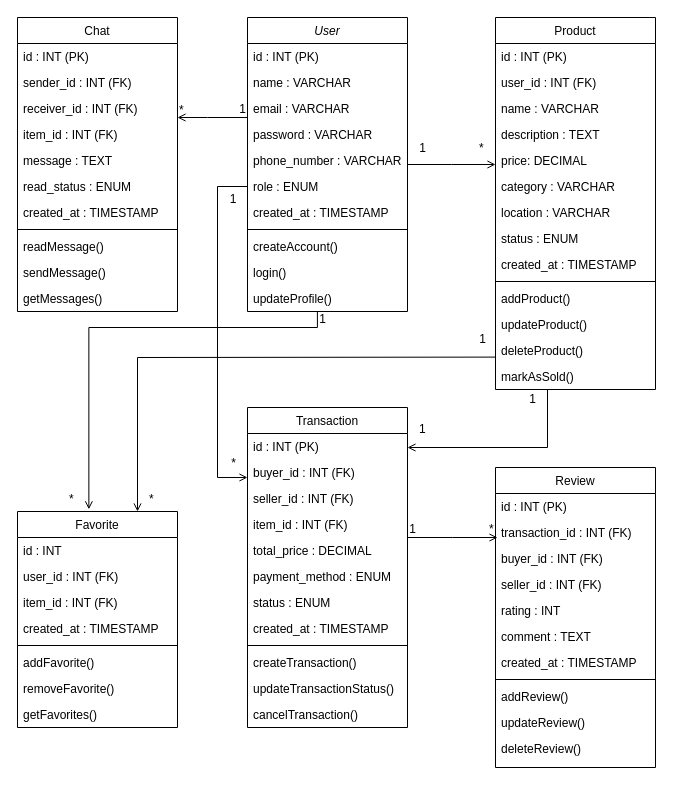
Above: Untitled Diagram.drawio in Al1en131/Note-App (draw.io), before the change. Source tidied: cells renumbered, new cells numbered last; positions are measured from the earlier drawing's top-left corner, leaving out a move shared by most shapes. Both pictures are drawn from the tidied source at 100%, with x=0, y=0 at pixel (17, 17).
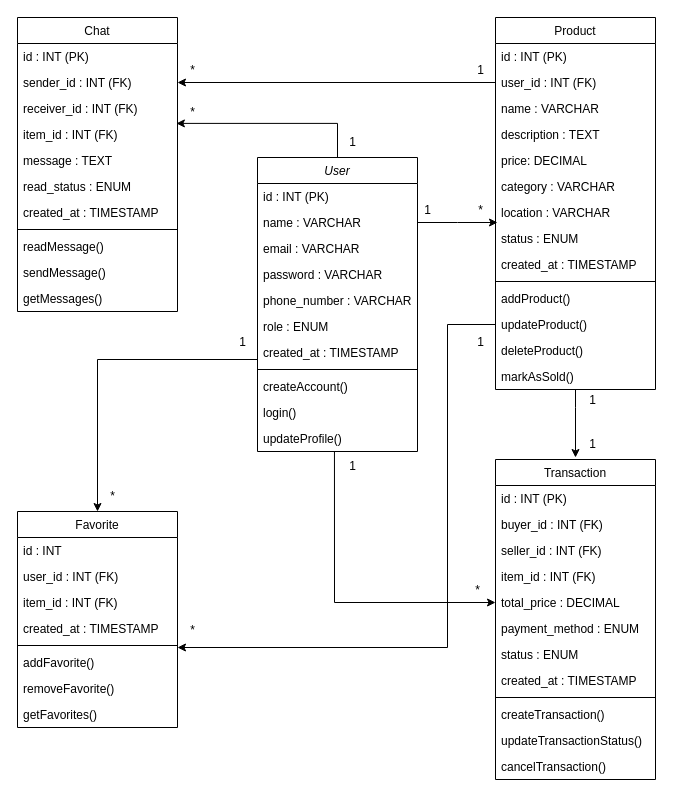
Above is the later version.

The change refers to these unchanged cells:
```xml
<mxCell id="4" value="name : VARCHAR" style="text;align=left;verticalAlign=top;spacingLeft=4;spacingRight=4;overflow=hidden;points=[[0,0.5],[1,0.5]];portConstraint=eastwest;rounded=0;shadow=0;html=0;" parent="2" vertex="1">
  <mxGeometry y="52" width="160" height="26" as="geometry" />
</mxCell>
<mxCell id="8" value="role : ENUM" style="text;align=left;verticalAlign=top;spacingLeft=4;spacingRight=4;overflow=hidden;points=[[0,0.5],[1,0.5]];portConstraint=eastwest;rounded=0;shadow=0;html=0;" parent="2" vertex="1">
  <mxGeometry y="156" width="160" height="26" as="geometry" />
</mxCell>
<mxCell id="13" value="updateProfile()" style="text;align=left;verticalAlign=top;spacingLeft=4;spacingRight=4;overflow=hidden;points=[[0,0.5],[1,0.5]];portConstraint=eastwest;" parent="2" vertex="1">
  <mxGeometry y="268" width="160" height="26" as="geometry" />
</mxCell>
<mxCell id="14" value="Favorite" style="swimlane;fontStyle=0;align=center;verticalAlign=top;horizontal=1;startSize=26;rounded=0;shadow=0;strokeWidth=1;" parent="1" vertex="1">
  <mxGeometry y="494" width="160" height="216" as="geometry" />
</mxCell>
<mxCell id="25" value="sender_id : INT (FK)" style="text;align=left;verticalAlign=top;spacingLeft=4;spacingRight=4;overflow=hidden;points=[[0,0.5],[1,0.5]];portConstraint=eastwest;" parent="23" vertex="1">
  <mxGeometry y="52" width="160" height="26" as="geometry" />
</mxCell>
<mxCell id="26" value="receiver_id : INT (FK)" style="text;align=left;verticalAlign=top;spacingLeft=4;spacingRight=4;overflow=hidden;points=[[0,0.5],[1,0.5]];portConstraint=eastwest;" parent="23" vertex="1">
  <mxGeometry y="78" width="160" height="26" as="geometry" />
</mxCell>
<mxCell id="35" value="Product" style="swimlane;fontStyle=0;align=center;verticalAlign=top;horizontal=1;startSize=26;rounded=0;shadow=0;strokeWidth=1;" parent="1" vertex="1">
  <mxGeometry x="478" width="160" height="372" as="geometry" />
</mxCell>
<mxCell id="37" value="user_id : INT (FK)" style="text;align=left;verticalAlign=top;spacingLeft=4;spacingRight=4;overflow=hidden;points=[[0,0.5],[1,0.5]];portConstraint=eastwest;rounded=0;shadow=0;html=0;" parent="35" vertex="1">
  <mxGeometry y="52" width="160" height="26" as="geometry" />
</mxCell>
<mxCell id="47" value="updateProduct()" style="text;align=left;verticalAlign=top;spacingLeft=4;spacingRight=4;overflow=hidden;points=[[0,0.5],[1,0.5]];portConstraint=eastwest;" parent="35" vertex="1">
  <mxGeometry y="294" width="160" height="26" as="geometry" />
</mxCell>
<mxCell id="48" value="deleteProduct()" style="text;align=left;verticalAlign=top;spacingLeft=4;spacingRight=4;overflow=hidden;points=[[0,0.5],[1,0.5]];portConstraint=eastwest;rounded=0;shadow=0;html=0;" parent="35" vertex="1">
  <mxGeometry y="320" width="160" height="26" as="geometry" />
</mxCell>
<mxCell id="49" value="markAsSold()" style="text;align=left;verticalAlign=top;spacingLeft=4;spacingRight=4;overflow=hidden;points=[[0,0.5],[1,0.5]];portConstraint=eastwest;rounded=0;shadow=0;html=0;" parent="35" vertex="1">
  <mxGeometry y="346" width="160" height="26" as="geometry" />
</mxCell>
<mxCell id="55" value="buyer_id : INT (FK)" style="text;align=left;verticalAlign=top;spacingLeft=4;spacingRight=4;overflow=hidden;points=[[0,0.5],[1,0.5]];portConstraint=eastwest;rounded=0;shadow=0;html=0;" parent="53" vertex="1">
  <mxGeometry y="52" width="160" height="26" as="geometry" />
</mxCell>
<mxCell id="58" value="total_price : DECIMAL" style="text;align=left;verticalAlign=top;spacingLeft=4;spacingRight=4;overflow=hidden;points=[[0,0.5],[1,0.5]];portConstraint=eastwest;rounded=0;shadow=0;html=0;" parent="53" vertex="1">
  <mxGeometry y="130" width="160" height="26" as="geometry" />
</mxCell>
```

Diff of the diagram source:
```diff
@@
     <mxCell id="2" value="User" style="swimlane;fontStyle=2;align=center;verticalAlign=top;horizontal=1;startSize=26;rounded=0;shadow=0;strokeWidth=1;" parent="1" vertex="1">
-      <mxGeometry x="230" width="160" height="294" as="geometry" />
+      <mxGeometry x="240" y="140" width="160" height="294" as="geometry" />
     </mxCell>
@@
+    <mxCell id="96" style="edgeStyle=orthogonalEdgeStyle;rounded=0;jettySize=auto;html=1;exitX=0.5;exitY=1;exitDx=0;exitDy=0;" parent="1" edge="1" source="35">
+      <mxGeometry relative="1" as="geometry">
+        <mxPoint x="558" y="371.8" as="targetPoint" />
+      </mxGeometry>
+    </mxCell>
@@
+    <mxCell id="97" style="edgeStyle=orthogonalEdgeStyle;rounded=0;jettySize=auto;html=1;" parent="35" edge="1" source="49">
+      <mxGeometry relative="1" as="geometry">
+        <mxPoint x="80" y="440" as="targetPoint" />
+        <Array as="points">
+          <mxPoint x="80" y="390" />
+          <mxPoint x="80" y="390" />
+        </Array>
+      </mxGeometry>
+    </mxCell>
@@
-    <mxCell id="50" style="endArrow=open;shadow=0;strokeWidth=1;rounded=0;curved=0;endFill=1;edgeStyle=elbowEdgeStyle;elbow=vertical;" parent="1" edge="1" source="2" target="35">
-      <mxGeometry x="0.5" y="41" relative="1" as="geometry">
-        <mxPoint x="-40" y="32" as="offset" />
-      </mxGeometry>
-    </mxCell>
-    <mxCell id="51" value="*" style="align=left;verticalAlign=bottom;labelBackgroundColor=none;fontSize=12;" parent="50" vertex="1">
-      <mxGeometry x="-1" relative="1" as="geometry">
-        <mxPoint x="70" y="-8" as="offset" />
-      </mxGeometry>
-    </mxCell>
-    <mxCell id="52" value="1" style="align=right;verticalAlign=bottom;labelBackgroundColor=none;fontSize=12;" parent="50" vertex="1">
-      <mxGeometry x="1" relative="1" as="geometry">
-        <mxPoint x="-68" y="-8" as="offset" />
-      </mxGeometry>
-    </mxCell>
     <mxCell id="53" value="Transaction" style="swimlane;fontStyle=0;align=center;verticalAlign=top;horizontal=1;startSize=26;rounded=0;shadow=0;strokeWidth=1;" parent="1" vertex="1">
-      <mxGeometry x="230" y="390" width="160" height="320" as="geometry" />
+      <mxGeometry x="478" y="442" width="160" height="320" as="geometry" />
     </mxCell>
@@
-    <mxCell id="66" value="Review" style="swimlane;fontStyle=0;align=center;verticalAlign=top;horizontal=1;startSize=26;rounded=0;shadow=0;strokeWidth=1;" parent="1" vertex="1">
-      <mxGeometry x="478" y="450" width="160" height="300" as="geometry" />
-    </mxCell>
-    <mxCell id="67" value="id : INT (PK)" style="text;align=left;verticalAlign=top;spacingLeft=4;spacingRight=4;overflow=hidden;" parent="66" vertex="1">
-      <mxGeometry y="26" width="160" height="26" as="geometry" />
-    </mxCell>
-    <mxCell id="68" value="transaction_id : INT (FK)" style="text;align=left;verticalAlign=top;spacingLeft=4;spacingRight=4;overflow=hidden;rounded=0;shadow=0;html=0;" parent="66" vertex="1">
-      <mxGeometry y="52" width="160" height="26" as="geometry" />
-    </mxCell>
-    <mxCell id="69" value="buyer_id : INT (FK)" style="text;align=left;verticalAlign=top;spacingLeft=4;spacingRight=4;overflow=hidden;rounded=0;shadow=0;html=0;" parent="66" vertex="1">
-      <mxGeometry y="78" width="160" height="26" as="geometry" />
-    </mxCell>
-    <mxCell id="70" value="seller_id : INT (FK)" style="text;align=left;verticalAlign=top;spacingLeft=4;spacingRight=4;overflow=hidden;rounded=0;shadow=0;html=0;" parent="66" vertex="1">
-      <mxGeometry y="104" width="160" height="26" as="geometry" />
-    </mxCell>
-    <mxCell id="71" value="rating : INT" style="text;align=left;verticalAlign=top;spacingLeft=4;spacingRight=4;overflow=hidden;rounded=0;shadow=0;html=0;" parent="66" vertex="1">
-      <mxGeometry y="130" width="160" height="26" as="geometry" />
-    </mxCell>
-    <mxCell id="72" value="comment : TEXT" style="text;align=left;verticalAlign=top;spacingLeft=4;spacingRight=4;overflow=hidden;rounded=0;shadow=0;html=0;" parent="66" vertex="1">
-      <mxGeometry y="156" width="160" height="26" as="geometry" />
-    </mxCell>
-    <mxCell id="73" value="created_at : TIMESTAMP" style="text;align=left;verticalAlign=top;spacingLeft=4;spacingRight=4;overflow=hidden;rounded=0;shadow=0;html=0;" parent="66" vertex="1">
-      <mxGeometry y="182" width="160" height="26" as="geometry" />
-    </mxCell>
-    <mxCell id="74" style="line;html=1;strokeWidth=1;align=left;verticalAlign=middle;spacingTop=-1;spacingLeft=3;spacingRight=3;labelPosition=right;" parent="66" vertex="1">
-      <mxGeometry y="208" width="160" height="8" as="geometry" />
-    </mxCell>
-    <mxCell id="75" value="addReview()" style="text;align=left;verticalAlign=top;spacingLeft=4;spacingRight=4;overflow=hidden;" parent="66" vertex="1">
-      <mxGeometry y="216" width="160" height="26" as="geometry" />
-    </mxCell>
-    <mxCell id="76" value="updateReview()" style="text;align=left;verticalAlign=top;spacingLeft=4;spacingRight=4;overflow=hidden;" parent="66" vertex="1">
-      <mxGeometry y="242" width="160" height="26" as="geometry" />
-    </mxCell>
-    <mxCell id="77" value="deleteReview()" style="text;align=left;verticalAlign=top;spacingLeft=4;spacingRight=4;overflow=hidden;rounded=0;shadow=0;html=0;" parent="66" vertex="1">
-      <mxGeometry y="268" width="160" height="26" as="geometry" />
-    </mxCell>
-    <mxCell id="78" style="endArrow=open;shadow=0;strokeWidth=1;rounded=0;curved=0;endFill=1;edgeStyle=elbowEdgeStyle;elbow=vertical;exitX=0;exitY=0.5;exitDx=0;exitDy=0;entryX=0;entryY=0.692;entryDx=0;entryDy=0;entryPerimeter=0;" parent="1" edge="1" source="8" target="55">
-      <mxGeometry x="0.5" y="41" relative="1" as="geometry">
-        <Array as="points">
-          <mxPoint x="200" y="460" />
-        </Array>
-        <mxPoint x="-40" y="32" as="offset" />
-      </mxGeometry>
-    </mxCell>
-    <mxCell id="79" value="*" style="align=left;verticalAlign=bottom;labelBackgroundColor=none;fontSize=12;" parent="78" vertex="1">
-      <mxGeometry x="-1" relative="1" as="geometry">
-        <mxPoint x="-180" y="321" as="offset" />
-      </mxGeometry>
-    </mxCell>
-    <mxCell id="80" value="1" style="align=right;verticalAlign=bottom;labelBackgroundColor=none;fontSize=12;" parent="78" vertex="1">
-      <mxGeometry x="1" relative="1" as="geometry">
-        <mxPoint x="80" y="-150" as="offset" />
-      </mxGeometry>
-    </mxCell>
-    <mxCell id="81" style="endArrow=open;shadow=0;strokeWidth=1;rounded=0;curved=0;endFill=1;edgeStyle=elbowEdgeStyle;elbow=vertical;exitX=0;exitY=0.5;exitDx=0;exitDy=0;" parent="1" edge="1">
-      <mxGeometry x="0.5" y="41" relative="1" as="geometry">
-        <mxPoint x="530" y="372" as="sourcePoint" />
-        <mxPoint x="390" y="430" as="targetPoint" />
-        <Array as="points">
-          <mxPoint x="530" y="430" />
-        </Array>
-        <mxPoint x="-40" y="32" as="offset" />
-      </mxGeometry>
-    </mxCell>
-    <mxCell id="82" value="1" style="align=left;verticalAlign=bottom;labelBackgroundColor=none;fontSize=12;" parent="81" vertex="1">
-      <mxGeometry x="-1" relative="1" as="geometry">
-        <mxPoint x="-130" y="48" as="offset" />
-      </mxGeometry>
-    </mxCell>
-    <mxCell id="83" value="1" style="align=right;verticalAlign=bottom;labelBackgroundColor=none;fontSize=12;" parent="81" vertex="1">
-      <mxGeometry x="1" relative="1" as="geometry">
-        <mxPoint x="130" y="-40" as="offset" />
-      </mxGeometry>
-    </mxCell>
-    <mxCell id="84" style="endArrow=open;shadow=0;strokeWidth=1;rounded=0;curved=0;endFill=1;edgeStyle=elbowEdgeStyle;elbow=vertical;exitX=1;exitY=0.5;exitDx=0;exitDy=0;" parent="1" edge="1">
-      <mxGeometry x="0.5" y="41" relative="1" as="geometry">
-        <mxPoint x="390" y="520" as="sourcePoint" />
-        <mxPoint x="480" y="520" as="targetPoint" />
-        <mxPoint x="-40" y="32" as="offset" />
-      </mxGeometry>
-    </mxCell>
-    <mxCell id="85" value="*" style="align=left;verticalAlign=bottom;labelBackgroundColor=none;fontSize=12;" parent="84" vertex="1">
-      <mxGeometry x="-1" relative="1" as="geometry">
-        <mxPoint x="80" as="offset" />
-      </mxGeometry>
-    </mxCell>
-    <mxCell id="86" value="1" style="align=right;verticalAlign=bottom;labelBackgroundColor=none;fontSize=12;" parent="84" vertex="1">
-      <mxGeometry x="1" relative="1" as="geometry">
-        <mxPoint x="-80" as="offset" />
-      </mxGeometry>
-    </mxCell>
-    <mxCell id="87" style="endArrow=open;shadow=0;strokeWidth=1;rounded=0;curved=0;endFill=1;edgeStyle=elbowEdgeStyle;elbow=vertical;" parent="1" edge="1">
-      <mxGeometry x="0.5" y="41" relative="1" as="geometry">
-        <mxPoint x="230" y="100" as="sourcePoint" />
-        <mxPoint x="160" y="100" as="targetPoint" />
-        <Array as="points">
-          <mxPoint x="190" y="100" />
-        </Array>
-        <mxPoint x="-40" y="32" as="offset" />
-      </mxGeometry>
-    </mxCell>
-    <mxCell id="88" value="*" style="align=left;verticalAlign=bottom;labelBackgroundColor=none;fontSize=12;" parent="87" vertex="1">
-      <mxGeometry x="-1" relative="1" as="geometry">
-        <mxPoint x="-70" y="1" as="offset" />
-      </mxGeometry>
-    </mxCell>
-    <mxCell id="89" value="1" style="align=right;verticalAlign=bottom;labelBackgroundColor=none;fontSize=12;" parent="87" vertex="1">
-      <mxGeometry x="1" relative="1" as="geometry">
-        <mxPoint x="70" as="offset" />
-      </mxGeometry>
-    </mxCell>
-    <mxCell id="90" style="endArrow=open;shadow=0;strokeWidth=1;rounded=0;curved=0;endFill=1;edgeStyle=elbowEdgeStyle;elbow=vertical;entryX=0.446;entryY=-0.01;entryDx=0;entryDy=0;entryPerimeter=0;exitX=0.437;exitY=0.984;exitDx=0;exitDy=0;exitPerimeter=0;" parent="1" edge="1" source="13" target="14">
-      <mxGeometry x="0.5" y="41" relative="1" as="geometry">
-        <Array as="points">
-          <mxPoint x="150" y="310" />
-          <mxPoint x="140" y="180" />
-        </Array>
-        <mxPoint x="-40" y="32" as="offset" />
-      </mxGeometry>
-    </mxCell>
-    <mxCell id="91" value="*" style="align=left;verticalAlign=bottom;labelBackgroundColor=none;fontSize=12;" parent="90" vertex="1">
-      <mxGeometry x="-1" relative="1" as="geometry">
-        <mxPoint x="-170" y="196" as="offset" />
-      </mxGeometry>
-    </mxCell>
-    <mxCell id="92" value="1" style="align=right;verticalAlign=bottom;labelBackgroundColor=none;fontSize=12;" parent="90" vertex="1">
-      <mxGeometry x="1" relative="1" as="geometry">
-        <mxPoint x="149" y="-302" as="offset" />
-      </mxGeometry>
-    </mxCell>
-    <mxCell id="93" style="endArrow=open;shadow=0;strokeWidth=1;rounded=0;curved=0;endFill=1;edgeStyle=elbowEdgeStyle;elbow=vertical;entryX=0.75;entryY=0;entryDx=0;entryDy=0;entryPerimeter=0;exitX=-0.001;exitY=0.754;exitDx=0;exitDy=0;exitPerimeter=0;" parent="1" edge="1" source="48" target="14">
-      <mxGeometry x="0.5" y="41" relative="1" as="geometry">
-        <Array as="points">
-          <mxPoint x="290" y="340" />
-        </Array>
-        <mxPoint x="-40" y="32" as="offset" />
-      </mxGeometry>
-    </mxCell>
-    <mxCell id="94" value="1" style="align=left;verticalAlign=bottom;labelBackgroundColor=none;fontSize=12;" parent="93" vertex="1">
-      <mxGeometry x="-1" relative="1" as="geometry">
-        <mxPoint x="-18" y="-10" as="offset" />
-      </mxGeometry>
-    </mxCell>
-    <mxCell id="95" value="*" style="align=right;verticalAlign=bottom;labelBackgroundColor=none;fontSize=12;" parent="93" vertex="1">
-      <mxGeometry x="1" relative="1" as="geometry">
-        <mxPoint x="100" y="-40" as="offset" />
-      </mxGeometry>
-    </mxCell>
+    <mxCell id="98" style="edgeStyle=orthogonalEdgeStyle;rounded=0;jettySize=auto;html=1;exitX=0;exitY=0.5;exitDx=0;exitDy=0;" parent="1" edge="1" source="47">
+      <mxGeometry relative="1" as="geometry">
+        <mxPoint x="160" y="630" as="targetPoint" />
+        <Array as="points">
+          <mxPoint x="430" y="307" />
+          <mxPoint x="430" y="630" />
+        </Array>
+      </mxGeometry>
+    </mxCell>
+    <mxCell id="99" style="edgeStyle=orthogonalEdgeStyle;rounded=0;jettySize=auto;html=1;entryX=0;entryY=0.5;entryDx=0;entryDy=0;exitX=0.481;exitY=0.987;exitDx=0;exitDy=0;exitPerimeter=0;" parent="1" edge="1" source="13" target="58">
+      <mxGeometry relative="1" as="geometry">
+        <Array as="points">
+          <mxPoint x="317" y="585" />
+        </Array>
+      </mxGeometry>
+    </mxCell>
+    <mxCell id="100" style="edgeStyle=orthogonalEdgeStyle;rounded=0;jettySize=auto;html=1;entryX=0.5;entryY=0;entryDx=0;entryDy=0;" parent="1" edge="1" target="14">
+      <mxGeometry relative="1" as="geometry">
+        <mxPoint x="240" y="342" as="sourcePoint" />
+        <Array as="points">
+          <mxPoint x="80" y="342" />
+        </Array>
+      </mxGeometry>
+    </mxCell>
+    <mxCell id="101" style="edgeStyle=orthogonalEdgeStyle;rounded=0;jettySize=auto;html=1;exitX=1;exitY=0.5;exitDx=0;exitDy=0;" parent="1" edge="1" source="4">
+      <mxGeometry relative="1" as="geometry">
+        <mxPoint x="480" y="205" as="targetPoint" />
+      </mxGeometry>
+    </mxCell>
+    <mxCell id="102" style="edgeStyle=orthogonalEdgeStyle;rounded=0;jettySize=auto;html=1;exitX=0.5;exitY=0;exitDx=0;exitDy=0;entryX=0.993;entryY=1.073;entryDx=0;entryDy=0;entryPerimeter=0;" parent="1" edge="1" source="2" target="26">
+      <mxGeometry relative="1" as="geometry">
+        <Array as="points">
+          <mxPoint x="320" y="106" />
+        </Array>
+      </mxGeometry>
+    </mxCell>
+    <mxCell id="103" value="1" style="text;html=1;align=center;verticalAlign=middle;strokeColor=none;fillColor=none;" parent="1" vertex="1">
+      <mxGeometry x="560" y="368" width="30" height="30" as="geometry" />
+    </mxCell>
+    <mxCell id="104" value="1" style="text;html=1;align=center;verticalAlign=middle;strokeColor=none;fillColor=none;" parent="1" vertex="1">
+      <mxGeometry x="560" y="412" width="30" height="30" as="geometry" />
+    </mxCell>
+    <mxCell id="105" value="1" style="text;html=1;align=center;verticalAlign=middle;strokeColor=none;fillColor=none;" parent="1" vertex="1">
+      <mxGeometry x="320" y="434" width="30" height="30" as="geometry" />
+    </mxCell>
+    <mxCell id="106" value="*" style="text;html=1;align=center;verticalAlign=middle;strokeColor=none;fillColor=none;" parent="1" vertex="1">
+      <mxGeometry x="445" y="558" width="30" height="30" as="geometry" />
+    </mxCell>
+    <mxCell id="107" value="1" style="text;html=1;align=center;verticalAlign=middle;strokeColor=none;fillColor=none;" parent="1" vertex="1">
+      <mxGeometry x="448" y="310" width="30" height="30" as="geometry" />
+    </mxCell>
+    <mxCell id="108" value="*" style="text;html=1;align=center;verticalAlign=middle;strokeColor=none;fillColor=none;" parent="1" vertex="1">
+      <mxGeometry x="160" y="598" width="30" height="30" as="geometry" />
+    </mxCell>
+    <mxCell id="109" value="1" style="text;html=1;align=center;verticalAlign=middle;strokeColor=none;fillColor=none;" parent="1" vertex="1">
+      <mxGeometry x="210" y="310" width="30" height="30" as="geometry" />
+    </mxCell>
+    <mxCell id="110" value="*" style="text;html=1;align=center;verticalAlign=middle;strokeColor=none;fillColor=none;" parent="1" vertex="1">
+      <mxGeometry x="80" y="464" width="30" height="30" as="geometry" />
+    </mxCell>
+    <mxCell id="111" value="1" style="text;html=1;align=center;verticalAlign=middle;strokeColor=none;fillColor=none;" parent="1" vertex="1">
+      <mxGeometry x="320" y="110" width="30" height="30" as="geometry" />
+    </mxCell>
+    <mxCell id="112" value="*" style="text;html=1;align=center;verticalAlign=middle;strokeColor=none;fillColor=none;" parent="1" vertex="1">
+      <mxGeometry x="160" y="80" width="30" height="30" as="geometry" />
+    </mxCell>
+    <mxCell id="113" value="1" style="text;html=1;align=center;verticalAlign=middle;strokeColor=none;fillColor=none;" parent="1" vertex="1">
+      <mxGeometry x="395" y="178" width="30" height="30" as="geometry" />
+    </mxCell>
+    <mxCell id="114" value="*" style="text;html=1;align=center;verticalAlign=middle;strokeColor=none;fillColor=none;" parent="1" vertex="1">
+      <mxGeometry x="448" y="178" width="30" height="30" as="geometry" />
+    </mxCell>
+    <mxCell id="115" style="edgeStyle=orthogonalEdgeStyle;rounded=0;jettySize=auto;html=1;exitX=0;exitY=0.5;exitDx=0;exitDy=0;entryX=1;entryY=0.5;entryDx=0;entryDy=0;" parent="1" edge="1" source="37" target="25">
+      <mxGeometry relative="1" as="geometry" />
+    </mxCell>
+    <mxCell id="116" value="1" style="text;html=1;align=center;verticalAlign=middle;strokeColor=none;fillColor=none;" parent="1" vertex="1">
+      <mxGeometry x="448" y="38" width="30" height="30" as="geometry" />
+    </mxCell>
+    <mxCell id="117" value="*" style="text;html=1;align=center;verticalAlign=middle;strokeColor=none;fillColor=none;" parent="1" vertex="1">
+      <mxGeometry x="160" y="38" width="30" height="30" as="geometry" />
+    </mxCell>
```
